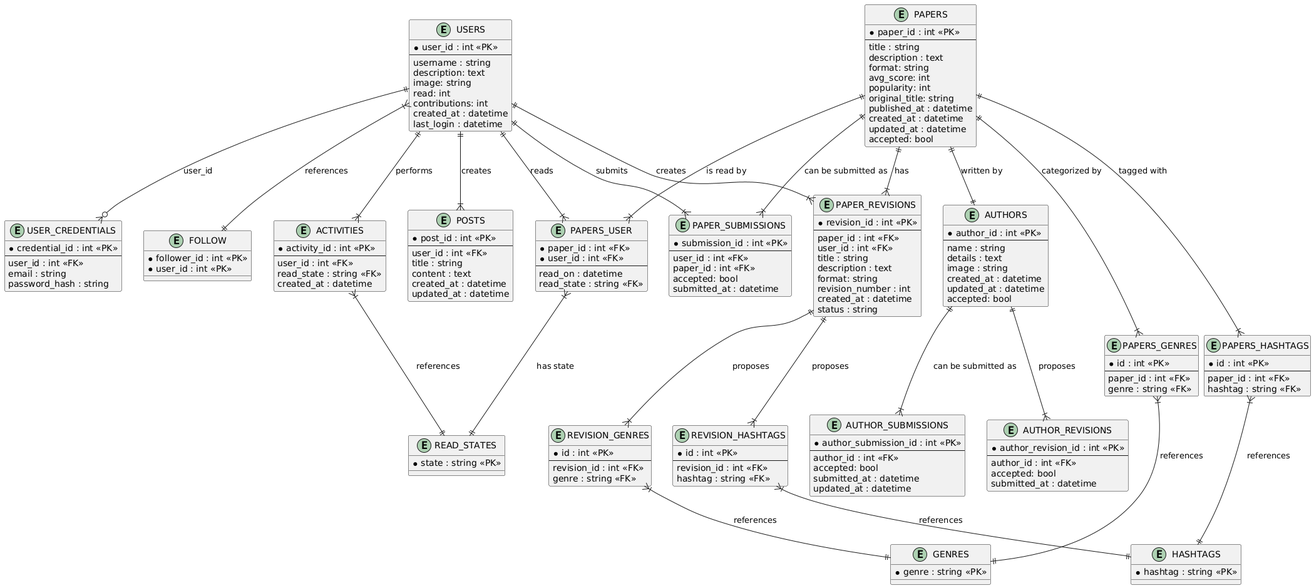
This is uml/entities.png from pingponghero12/ScienceArch, a PlantUML export, as it was before one commit.
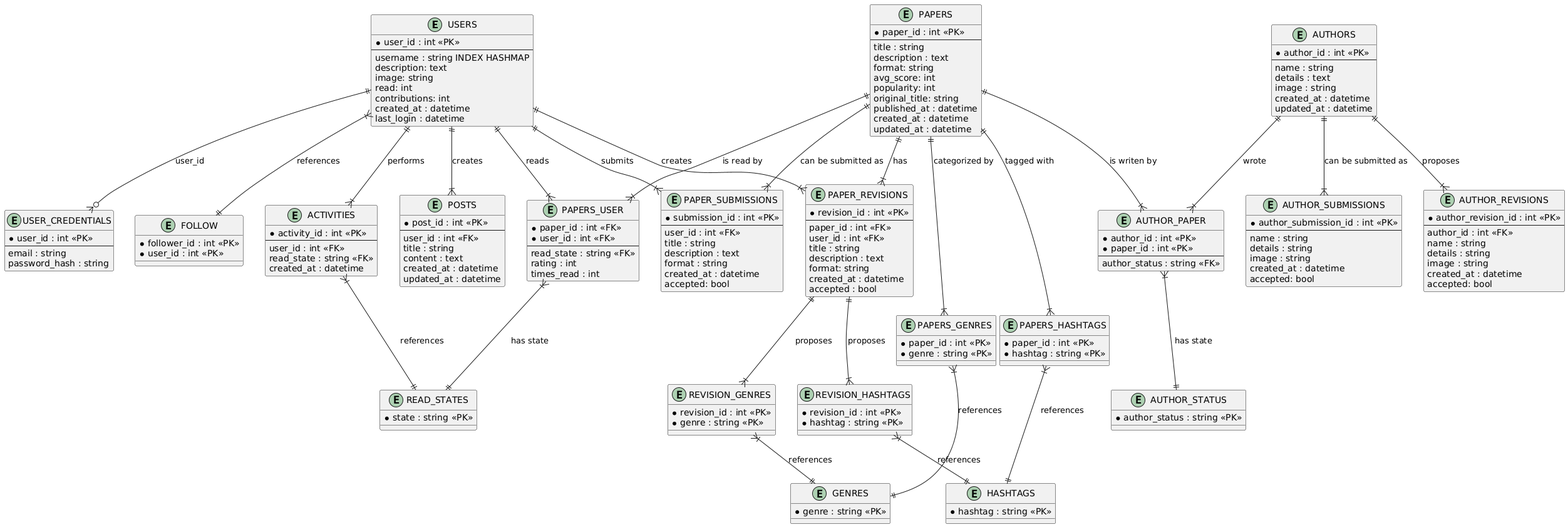
Above is the later version.

Commit message:
Changes to database layout, new triggers and procedure to add user

The edit, as a diff of the source:
```diff
@@ -2,7 +2,7 @@
 entity "USERS" {
   *user_id : int <<PK>>
   --
-  username : string
+  username : string INDEX HASHMAP
   description: text
   image: string
   read: int
@@ -12,9 +12,8 @@
 }
 
 entity "USER_CREDENTIALS" {
-  *credential_id : int <<PK>>
+  *user_id : int <<PK>>
   --
-  user_id : int <<FK>>
   email : string
   password_hash : string
 }
@@ -34,7 +33,6 @@
   image : string
   created_at : datetime
   updated_at : datetime
-  accepted: bool
 }
 
 entity "ACTIVITIES" {
@@ -59,8 +57,9 @@
   *paper_id : int <<FK>>
   *user_id : int <<FK>>
   --
-  read_on : datetime
   read_state : string <<FK>>
+  rating : int
+  times_read : int
 }
 
 entity "PAPERS" {
@@ -75,30 +74,27 @@
   published_at : datetime
   created_at : datetime
   updated_at : datetime
-  accepted: bool
 }
 
 entity "PAPERS_GENRES" {
-  *id : int <<PK>>
-  --
-  paper_id : int <<FK>>
-  genre : string <<FK>>
+  *paper_id : int <<PK>>
+  *genre : string <<PK>>
 }
 
 entity "PAPERS_HASHTAGS" {
-  *id : int <<PK>>
-  --
-  paper_id : int <<FK>>
-  hashtag : string <<FK>>
+  *paper_id : int <<PK>>
+  *hashtag : string <<PK>>
 }
 
 entity "PAPER_SUBMISSIONS" {
   *submission_id : int <<PK>>
   --
   user_id : int <<FK>>
-  paper_id : int <<FK>>
+  title : string
+  description : text
+  format : string
+  created_at : datetime
   accepted: bool
-  submitted_at : datetime
 }
 
 entity "PAPER_REVISIONS" {
@@ -109,40 +105,50 @@
   title : string
   description : text
   format: string
-  revision_number : int
   created_at : datetime
-  status : string
+  accepted : bool
 }
 
 entity "REVISION_GENRES" {
-  *id : int <<PK>>
-  --
-  revision_id : int <<FK>>
-  genre : string <<FK>>
+  *revision_id : int <<PK>>
+  *genre : string <<PK>>
 }
 
 entity "REVISION_HASHTAGS" {
-  *id : int <<PK>>
-  --
-  revision_id : int <<FK>>
-  hashtag : string <<FK>>
+  *revision_id : int <<PK>>
+  *hashtag : string <<PK>>
 }
 
 entity "AUTHOR_SUBMISSIONS" {
   *author_submission_id : int <<PK>>
   --
-  author_id : int <<FK>>
+  name : string
+  details : string
+  image : string
+  created_at : datetime
   accepted: bool
-  submitted_at : datetime
-  updated_at : datetime
+}
+
+entity "AUTHOR_PAPER" {
+  *author_id : int <<PK>>
+  *paper_id : int <<PK>>
+  --
+  author_status : string <<FK>>
+}
+
+entity "AUTHOR_STATUS" {
+  *author_status : string <<PK>>
 }
 
 entity "AUTHOR_REVISIONS" {
   *author_revision_id : int <<PK>>
   --
   author_id : int <<FK>>
+  name : string
+  details : string
+  image : string
+  created_at : datetime
   accepted: bool
-  submitted_at : datetime
 }
 
 entity "READ_STATES" {
@@ -162,7 +168,7 @@
 USERS ||--|{ ACTIVITIES : "performs"
 USERS ||--|{ PAPER_SUBMISSIONS : "submits"
 
-PAPERS ||--|| AUTHORS : "written by"
+PAPERS ||--|{ AUTHOR_PAPER : "is writen by"
 PAPERS ||--|{ PAPERS_USER : "is read by"
 PAPERS ||--|{ PAPER_SUBMISSIONS : "can be submitted as"
 PAPERS ||--|{ PAPERS_GENRES : "categorized by"
@@ -170,6 +176,9 @@
 
 AUTHORS ||--|{ AUTHOR_SUBMISSIONS : "can be submitted as"
 AUTHORS ||--|{ AUTHOR_REVISIONS : "proposes"
+AUTHORS ||--|{ AUTHOR_PAPER : "wrote"
+
+AUTHOR_PAPER }|--|| AUTHOR_STATUS : "has state"
 
 PAPERS_USER }|--|| READ_STATES : "has state"
 
```
